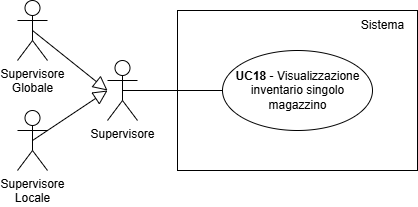
teamcodealchemists/docs keeps this draw.io diagram as documents/rtb/assets/UC18.png. Above is the earlier version. Source tidied: cells renumbered, new cells last; positions are measured from the earlier drawing's top-left corner, leaving out a move shared by most shapes.
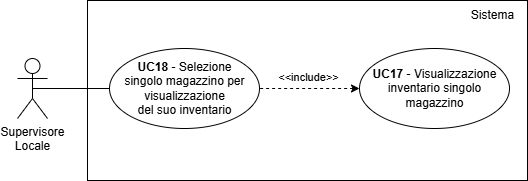
Later version of the same file.

What changed in the source:
```diff
@@ -1,40 +1,38 @@
 <mxGraphModel>
   <root>
-    <mxCell id="0" />
-    <mxCell id="1" parent="0" />
-    <mxCell id="2" style="rounded=0;whiteSpace=wrap;html=1;" parent="1" vertex="1">
-      <mxGeometry x="160" y="10" width="240" height="160" as="geometry" />
-    </mxCell>
+    <mxCell id="12" />
+    <mxCell id="13" parent="12" />
+    <mxCell id="9" value="Supervisore&lt;div&gt;Locale&lt;/div&gt;" style="shape=umlActor;verticalLabelPosition=bottom;verticalAlign=top;html=1;outlineConnect=0;" parent="13" vertex="1">
+      <mxGeometry x="-70" y="-52" width="30" height="60" as="geometry" />
+    </mxCell>
+    <mxCell id="14" style="rounded=0;whiteSpace=wrap;html=1;" parent="13" vertex="1">
+      <mxGeometry y="-110" width="440" height="180" as="geometry" />
+    </mxCell>
+    <mxCell id="15" style="ellipse;whiteSpace=wrap;html=1;fontStyle=1;" parent="13" vertex="1">
+      <mxGeometry x="22" y="-62" width="150" height="80" as="geometry" />
+    </mxCell>
+    <mxCell id="16" value="&lt;b&gt;UC18&amp;nbsp;&lt;/b&gt;- Selezione&lt;div&gt;singolo&amp;nbsp;&lt;span style=&quot;background-color: transparent; color: light-dark(rgb(0, 0, 0), rgb(255, 255, 255));&quot;&gt;magazzino per&lt;/span&gt;&lt;div&gt;visualizzazione&lt;/div&gt;&lt;div&gt;&lt;span style=&quot;background-color: transparent; color: light-dark(rgb(0, 0, 0), rgb(255, 255, 255));&quot;&gt;del suo inventario&lt;/span&gt;&lt;/div&gt;&lt;/div&gt;" style="text;html=1;align=center;verticalAlign=middle;strokeColor=none;fillColor=none;" parent="13" vertex="1">
+      <mxGeometry x="27" y="-57" width="140" height="70" as="geometry" />
+    </mxCell>
+    <mxCell id="17" style="endArrow=none;html=1;rounded=0;entryX=0;entryY=0.5;entryDx=0;entryDy=0;exitX=0.5;exitY=0.5;exitDx=0;exitDy=0;exitPerimeter=0;" parent="13" edge="1" source="9" target="15">
+      <mxGeometry relative="1" as="geometry" />
+    </mxCell>
+    <mxCell id="18" style="edgeStyle=orthogonalEdgeStyle;rounded=0;jettySize=auto;html=1;entryX=1;entryY=0.5;entryDx=0;entryDy=0;dashed=1;startArrow=classic;startFill=1;endArrow=none;" parent="13" edge="1" source="20" target="15">
+      <mxGeometry relative="1" as="geometry" />
+    </mxCell>
+    <mxCell id="19" value="&amp;lt;&amp;lt;include&amp;gt;&amp;gt;" style="edgeLabel;html=1;align=center;verticalAlign=middle;" parent="18" vertex="1">
+      <mxGeometry x="-0.17" y="-3" relative="1" as="geometry">
+        <mxPoint x="-11" y="-9" as="offset" />
+      </mxGeometry>
+    </mxCell>
+    <mxCell id="20" style="ellipse;whiteSpace=wrap;html=1;fontStyle=1;" parent="13" vertex="1">
+      <mxGeometry x="272" y="-62" width="150" height="80" as="geometry" />
+    </mxCell>
+    <mxCell id="21" value="&lt;b&gt;UC17&amp;nbsp;&lt;/b&gt;- Visualizzazione&lt;div&gt;inventario&amp;nbsp;&lt;span style=&quot;background-color: transparent; color: light-dark(rgb(0, 0, 0), rgb(255, 255, 255));&quot;&gt;singolo&lt;/span&gt;&lt;/div&gt;&lt;div&gt;&lt;span style=&quot;background-color: transparent; color: light-dark(rgb(0, 0, 0), rgb(255, 255, 255));&quot;&gt;magazzino&lt;/span&gt;&lt;/div&gt;" style="text;html=1;align=center;verticalAlign=middle;strokeColor=none;fillColor=none;" parent="13" vertex="1">
+      <mxGeometry x="272" y="-52" width="150" height="60" as="geometry" />
+    </mxCell>
-    <mxCell id="3" value="Sistema" style="text;html=1;align=center;verticalAlign=middle;strokeColor=none;fillColor=none;" parent="1" vertex="1">
-      <mxGeometry x="330" y="10" width="70" height="30" as="geometry" />
+    <mxCell id="3" value="Sistema" style="text;html=1;align=center;verticalAlign=middle;strokeColor=none;fillColor=none;" parent="13" vertex="1">
+      <mxGeometry x="370" y="-110" width="70" height="30" as="geometry" />
     </mxCell>
-    <mxCell id="4" style="ellipse;whiteSpace=wrap;html=1;fontStyle=1;" parent="1" vertex="1">
-      <mxGeometry x="205" y="50" width="150" height="80" as="geometry" />
-    </mxCell>
-    <mxCell id="5" value="&lt;b&gt;UC18&amp;nbsp;&lt;/b&gt;- Visualizzazione&lt;div&gt;inventario&amp;nbsp;&lt;span style=&quot;background-color: transparent; color: light-dark(rgb(0, 0, 0), rgb(255, 255, 255));&quot;&gt;singolo&lt;/span&gt;&lt;/div&gt;&lt;div&gt;&lt;span style=&quot;background-color: transparent; color: light-dark(rgb(0, 0, 0), rgb(255, 255, 255));&quot;&gt;magazzino&lt;/span&gt;&lt;/div&gt;" style="text;html=1;align=center;verticalAlign=middle;strokeColor=none;fillColor=none;" parent="1" vertex="1">
-      <mxGeometry x="205" y="60" width="150" height="60" as="geometry" />
-    </mxCell>
-    <mxCell id="6" style="endArrow=none;html=1;rounded=0;entryX=0;entryY=0.5;entryDx=0;entryDy=0;exitX=0.5;exitY=0.5;exitDx=0;exitDy=0;exitPerimeter=0;" parent="1" edge="1" source="7" target="4">
-      <mxGeometry relative="1" as="geometry" />
-    </mxCell>
-    <mxCell id="7" value="Supervisore" style="shape=umlActor;verticalLabelPosition=bottom;verticalAlign=top;html=1;outlineConnect=0;" parent="1" vertex="1">
-      <mxGeometry x="90" y="60" width="30" height="60" as="geometry" />
-    </mxCell>
-    <mxCell id="8" value="Supervisore&lt;div&gt;Globale&lt;/div&gt;" style="shape=umlActor;verticalLabelPosition=bottom;verticalAlign=top;html=1;outlineConnect=0;" parent="1" vertex="1">
-      <mxGeometry width="30" height="60" as="geometry" />
-    </mxCell>
-    <mxCell id="9" value="Supervisore&lt;div&gt;Locale&lt;/div&gt;" style="shape=umlActor;verticalLabelPosition=bottom;verticalAlign=top;html=1;outlineConnect=0;" parent="1" vertex="1">
-      <mxGeometry y="110" width="30" height="60" as="geometry" />
-    </mxCell>
-    <mxCell id="10" style="endArrow=block;html=1;rounded=0;exitX=0.5;exitY=0.5;exitDx=0;exitDy=0;exitPerimeter=0;endFill=0;endSize=12;" parent="1" edge="1" source="8">
-      <mxGeometry relative="1" as="geometry">
-        <mxPoint x="90" y="90" as="targetPoint" />
-      </mxGeometry>
-    </mxCell>
-    <mxCell id="11" style="endArrow=block;html=1;rounded=0;exitX=0.5;exitY=0.5;exitDx=0;exitDy=0;exitPerimeter=0;endFill=0;endSize=12;" parent="1" edge="1" source="9">
-      <mxGeometry relative="1" as="geometry">
-        <mxPoint x="90" y="90" as="targetPoint" />
-      </mxGeometry>
-    </mxCell>
   </root>
 </mxGraphModel>
```
